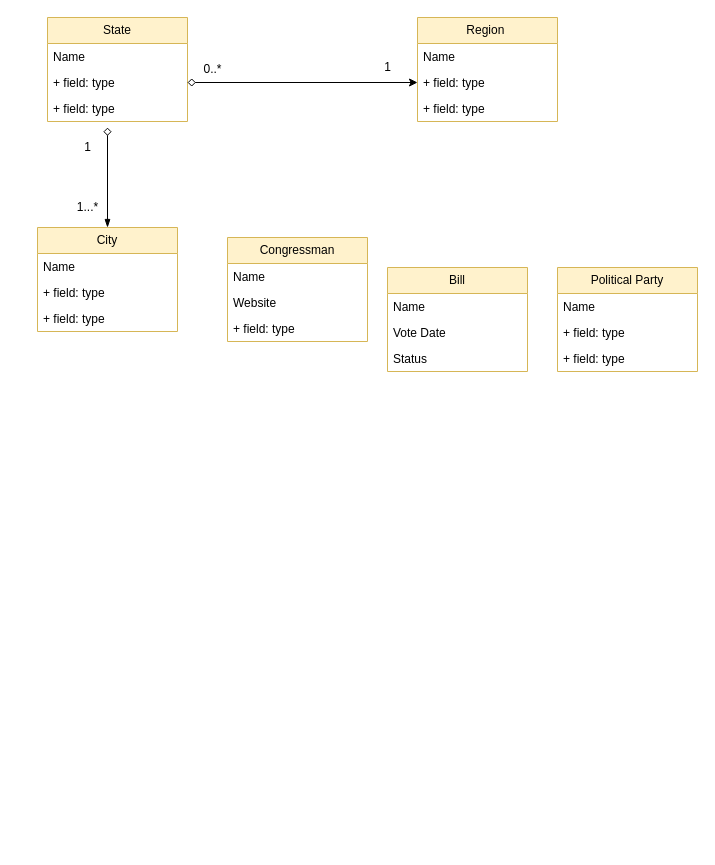
The draw.io diagram Q3A.drawio in Noah-B-Reef/CS-3560-Homework-3, before the edit. Source tidied: cells renumbered, new cells numbered last; positions are measured from the earlier drawing's top-left corner, leaving out a move shared by most shapes. Both pictures are drawn from the tidied source at 100%, with x=0, y=0 at pixel (37, 17).
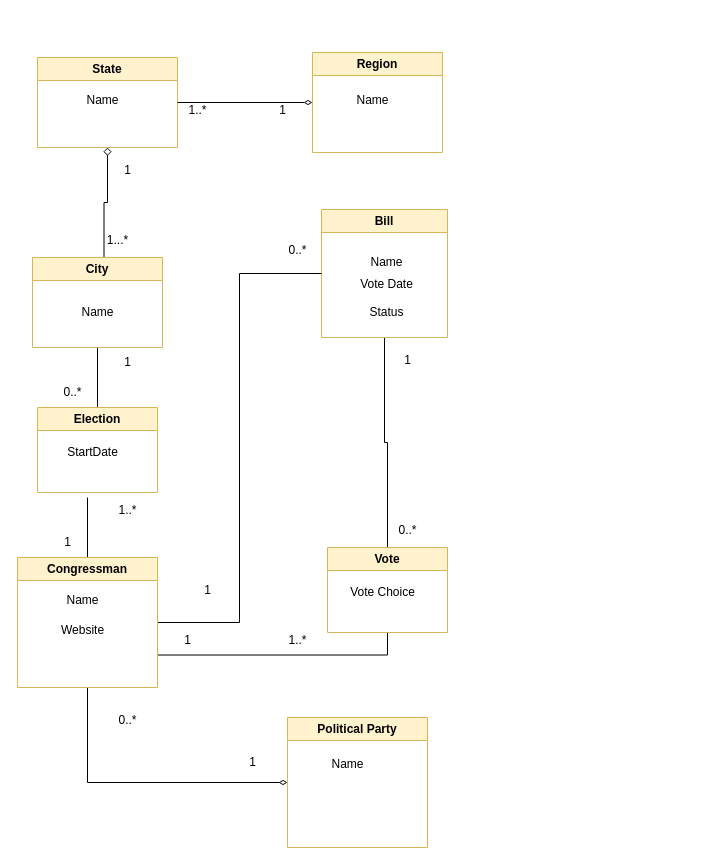
The same page after the edit.

Diff of the diagram source:
```diff
@@
+    <mxCell id="32" style="edgeStyle=orthogonalEdgeStyle;rounded=0;jettySize=auto;html=1;entryX=0.55;entryY=0;entryDx=0;entryDy=0;entryPerimeter=0;endArrow=none;endFill=0;startArrow=diamond;startFill=0;exitX=0.5;exitY=1;exitDx=0;exitDy=0;" parent="1" edge="1" source="2" target="23">
+      <mxGeometry relative="1" as="geometry" />
+    </mxCell>
-    <mxCell id="2" value="State" style="swimlane;fontStyle=0;horizontal=1;startSize=26;fillColor=#fff2cc;whiteSpace=wrap;html=1;strokeColor=#d6b656;" parent="1" vertex="1">
-      <mxGeometry x="10" width="140" height="104" as="geometry" />
+    <mxCell id="2" value="State" style="swimlane;whiteSpace=wrap;html=1;fillColor=#fff2cc;strokeColor=#d6b656;" parent="1" vertex="1">
+      <mxGeometry y="40" width="140" height="90" as="geometry" />
     </mxCell>
-    <mxCell id="3" value="Name" style="text;strokeColor=none;fillColor=none;align=left;verticalAlign=top;spacingLeft=4;spacingRight=4;overflow=hidden;whiteSpace=wrap;html=1;" parent="2" vertex="1">
-      <mxGeometry y="26" width="140" height="26" as="geometry" />
-    </mxCell>
-    <mxCell id="4" value="+ field: type" style="text;strokeColor=none;fillColor=none;align=left;verticalAlign=top;spacingLeft=4;spacingRight=4;overflow=hidden;points=[[0,0.5],[1,0.5]];portConstraint=eastwest;whiteSpace=wrap;html=1;" parent="2" vertex="1">
-      <mxGeometry y="52" width="140" height="26" as="geometry" />
-    </mxCell>
-    <mxCell id="5" value="+ field: type" style="text;strokeColor=none;fillColor=none;align=left;verticalAlign=top;spacingLeft=4;spacingRight=4;overflow=hidden;whiteSpace=wrap;html=1;" parent="2" vertex="1">
-      <mxGeometry y="78" width="140" height="26" as="geometry" />
-    </mxCell>
+    <mxCell id="33" value="Name" style="text;html=1;align=center;verticalAlign=middle;strokeColor=none;fillColor=none;" parent="2" vertex="1">
+      <mxGeometry x="35" y="28" width="60" height="30" as="geometry" />
+    </mxCell>
+    <mxCell id="34" style="edgeStyle=orthogonalEdgeStyle;rounded=0;jettySize=auto;html=1;exitX=0;exitY=0.5;exitDx=0;exitDy=0;entryX=1;entryY=0.5;entryDx=0;entryDy=0;endArrow=none;endFill=0;startArrow=diamondThin;startFill=0;" parent="1" edge="1" source="6" target="2">
+      <mxGeometry relative="1" as="geometry" />
+    </mxCell>
-    <mxCell id="6" value="Region&amp;nbsp;" style="swimlane;fontStyle=0;horizontal=1;startSize=26;fillColor=#fff2cc;whiteSpace=wrap;html=1;strokeColor=#d6b656;" parent="1" vertex="1">
-      <mxGeometry x="380" width="140" height="104" as="geometry" />
+    <mxCell id="6" value="Region" style="swimlane;whiteSpace=wrap;html=1;fillColor=#fff2cc;strokeColor=#d6b656;" parent="1" vertex="1">
+      <mxGeometry x="275" y="35" width="130" height="100" as="geometry" />
     </mxCell>
-    <mxCell id="7" value="Name" style="text;strokeColor=none;fillColor=none;align=left;verticalAlign=top;spacingLeft=4;spacingRight=4;overflow=hidden;whiteSpace=wrap;html=1;" parent="6" vertex="1">
-      <mxGeometry y="26" width="140" height="26" as="geometry" />
-    </mxCell>
-    <mxCell id="8" value="+ field: type" style="text;strokeColor=none;fillColor=none;align=left;verticalAlign=top;spacingLeft=4;spacingRight=4;overflow=hidden;points=[[0,0.5],[1,0.5]];portConstraint=eastwest;whiteSpace=wrap;html=1;" parent="6" vertex="1">
-      <mxGeometry y="52" width="140" height="26" as="geometry" />
-    </mxCell>
-    <mxCell id="9" value="+ field: type" style="text;strokeColor=none;fillColor=none;align=left;verticalAlign=top;spacingLeft=4;spacingRight=4;overflow=hidden;whiteSpace=wrap;html=1;" parent="6" vertex="1">
-      <mxGeometry y="78" width="140" height="26" as="geometry" />
-    </mxCell>
-    <mxCell id="10" value="Political Party" style="swimlane;fontStyle=0;horizontal=1;startSize=26;fillColor=#fff2cc;whiteSpace=wrap;html=1;strokeColor=#d6b656;" parent="1" vertex="1">
-      <mxGeometry x="520" y="250" width="140" height="104" as="geometry" />
-    </mxCell>
-    <mxCell id="11" value="Name" style="text;strokeColor=none;fillColor=none;align=left;verticalAlign=top;spacingLeft=4;spacingRight=4;overflow=hidden;whiteSpace=wrap;html=1;" parent="10" vertex="1">
-      <mxGeometry y="26" width="140" height="26" as="geometry" />
-    </mxCell>
-    <mxCell id="12" value="+ field: type" style="text;strokeColor=none;fillColor=none;align=left;verticalAlign=top;spacingLeft=4;spacingRight=4;overflow=hidden;whiteSpace=wrap;html=1;" parent="10" vertex="1">
-      <mxGeometry y="52" width="140" height="26" as="geometry" />
-    </mxCell>
-    <mxCell id="13" value="+ field: type" style="text;strokeColor=none;fillColor=none;align=left;verticalAlign=top;spacingLeft=4;spacingRight=4;overflow=hidden;whiteSpace=wrap;html=1;" parent="10" vertex="1">
-      <mxGeometry y="78" width="140" height="26" as="geometry" />
-    </mxCell>
+    <mxCell id="35" value="Name" style="text;html=1;align=center;verticalAlign=middle;strokeColor=none;fillColor=none;" parent="6" vertex="1">
+      <mxGeometry x="30" y="33" width="60" height="30" as="geometry" />
+    </mxCell>
+    <mxCell id="36" style="edgeStyle=orthogonalEdgeStyle;rounded=0;jettySize=auto;html=1;exitX=0.5;exitY=1;exitDx=0;exitDy=0;entryX=0.5;entryY=0;entryDx=0;entryDy=0;endArrow=none;endFill=0;" parent="1" edge="1" source="23" target="45">
+      <mxGeometry relative="1" as="geometry" />
+    </mxCell>
+    <mxCell id="23" value="City" style="swimlane;whiteSpace=wrap;html=1;fillColor=#fff2cc;strokeColor=#d6b656;startSize=23;" parent="1" vertex="1">
+      <mxGeometry x="-5" y="240" width="130" height="90" as="geometry" />
+    </mxCell>
+    <mxCell id="37" value="Name" style="text;html=1;align=center;verticalAlign=middle;strokeColor=none;fillColor=none;" parent="23" vertex="1">
+      <mxGeometry x="35" y="40" width="60" height="30" as="geometry" />
+    </mxCell>
+    <mxCell id="38" style="edgeStyle=orthogonalEdgeStyle;rounded=0;jettySize=auto;html=1;exitX=0.5;exitY=1;exitDx=0;exitDy=0;entryX=0.5;entryY=0;entryDx=0;entryDy=0;endArrow=none;endFill=0;" parent="1" edge="1" source="14" target="57">
+      <mxGeometry relative="1" as="geometry" />
+    </mxCell>
-    <mxCell id="14" value="Bill" style="swimlane;fontStyle=0;horizontal=1;startSize=26;fillColor=#fff2cc;whiteSpace=wrap;html=1;strokeColor=#d6b656;" parent="1" vertex="1">
-      <mxGeometry x="350" y="250" width="140" height="104" as="geometry" />
+    <mxCell id="14" value="Bill" style="swimlane;whiteSpace=wrap;html=1;fillColor=#fff2cc;strokeColor=#d6b656;startSize=23;" parent="1" vertex="1">
+      <mxGeometry x="284" y="192" width="126" height="128" as="geometry" />
     </mxCell>
-    <mxCell id="15" value="Name" style="text;strokeColor=none;fillColor=none;align=left;verticalAlign=top;spacingLeft=4;spacingRight=4;overflow=hidden;whiteSpace=wrap;html=1;" parent="14" vertex="1">
-      <mxGeometry y="26" width="140" height="26" as="geometry" />
-    </mxCell>
+    <mxCell id="39" value="Name" style="text;html=1;align=center;verticalAlign=middle;strokeColor=none;fillColor=none;" parent="14" vertex="1">
+      <mxGeometry x="35" y="38" width="60" height="30" as="geometry" />
+    </mxCell>
-    <mxCell id="16" value="Vote Date" style="text;strokeColor=none;fillColor=none;align=left;verticalAlign=top;spacingLeft=4;spacingRight=4;overflow=hidden;whiteSpace=wrap;html=1;" parent="14" vertex="1">
-      <mxGeometry y="52" width="140" height="26" as="geometry" />
+    <mxCell id="16" value="Vote Date" style="text;html=1;align=center;verticalAlign=middle;strokeColor=none;fillColor=none;" parent="14" vertex="1">
+      <mxGeometry x="25" y="60" width="80" height="30" as="geometry" />
     </mxCell>
-    <mxCell id="17" value="Status" style="text;strokeColor=none;fillColor=none;align=left;verticalAlign=top;spacingLeft=4;spacingRight=4;overflow=hidden;whiteSpace=wrap;html=1;" parent="14" vertex="1">
-      <mxGeometry y="78" width="140" height="26" as="geometry" />
+    <mxCell id="17" value="Status" style="text;html=1;align=center;verticalAlign=middle;strokeColor=none;fillColor=none;" parent="14" vertex="1">
+      <mxGeometry x="35" y="88" width="60" height="30" as="geometry" />
     </mxCell>
+    <mxCell id="40" style="edgeStyle=orthogonalEdgeStyle;rounded=0;jettySize=auto;html=1;exitX=0;exitY=0.5;exitDx=0;exitDy=0;entryX=0.5;entryY=1;entryDx=0;entryDy=0;endArrow=none;endFill=0;startArrow=diamondThin;startFill=0;" parent="1" edge="1" source="10" target="18">
+      <mxGeometry relative="1" as="geometry" />
+    </mxCell>
+    <mxCell id="10" value="Political Party" style="swimlane;whiteSpace=wrap;html=1;fillColor=#fff2cc;strokeColor=#d6b656;startSize=23;" parent="1" vertex="1">
+      <mxGeometry x="250" y="700" width="140" height="130" as="geometry" />
+    </mxCell>
+    <mxCell id="41" value="Name" style="text;html=1;align=center;verticalAlign=middle;strokeColor=none;fillColor=none;" parent="10" vertex="1">
+      <mxGeometry x="30" y="32" width="60" height="30" as="geometry" />
+    </mxCell>
+    <mxCell id="42" value="1..*" style="text;html=1;align=center;verticalAlign=middle;strokeColor=none;fillColor=none;" parent="1" vertex="1">
+      <mxGeometry x="140" y="78" width="40" height="30" as="geometry" />
+    </mxCell>
+    <mxCell id="43" value="1" style="text;html=1;align=center;verticalAlign=middle;strokeColor=none;fillColor=none;" parent="1" vertex="1">
+      <mxGeometry x="230" y="78" width="30" height="30" as="geometry" />
+    </mxCell>
+    <mxCell id="44" value="1" style="text;html=1;align=center;verticalAlign=middle;strokeColor=none;fillColor=none;" parent="1" vertex="1">
+      <mxGeometry x="75" y="138" width="30" height="30" as="geometry" />
+    </mxCell>
+    <mxCell id="28" value="1...*" style="text;html=1;align=center;verticalAlign=middle;strokeColor=none;fillColor=none;" parent="1" vertex="1">
+      <mxGeometry x="60" y="208" width="40" height="30" as="geometry" />
+    </mxCell>
+    <mxCell id="45" value="Election" style="swimlane;whiteSpace=wrap;html=1;fillColor=#fff2cc;strokeColor=#d6b656;" parent="1" vertex="1">
+      <mxGeometry y="390" width="120" height="85" as="geometry" />
+    </mxCell>
+    <mxCell id="46" value="StartDate" style="text;html=1;align=center;verticalAlign=middle;strokeColor=none;fillColor=none;" parent="45" vertex="1">
+      <mxGeometry x="20" y="30" width="70" height="30" as="geometry" />
+    </mxCell>
+    <mxCell id="47" style="edgeStyle=orthogonalEdgeStyle;rounded=0;jettySize=auto;html=1;exitX=0.5;exitY=0;exitDx=0;exitDy=0;endArrow=none;endFill=0;startArrow=none;startFill=0;" parent="1" edge="1" source="18">
+      <mxGeometry relative="1" as="geometry">
+        <mxPoint x="50" y="480" as="targetPoint" />
+      </mxGeometry>
+    </mxCell>
+    <mxCell id="48" style="edgeStyle=orthogonalEdgeStyle;rounded=0;jettySize=auto;html=1;exitX=1;exitY=0.5;exitDx=0;exitDy=0;entryX=0;entryY=0.5;entryDx=0;entryDy=0;endArrow=none;endFill=0;" parent="1" edge="1" source="18" target="14">
+      <mxGeometry relative="1" as="geometry" />
+    </mxCell>
+    <mxCell id="49" style="edgeStyle=orthogonalEdgeStyle;rounded=0;jettySize=auto;html=1;exitX=1;exitY=0.75;exitDx=0;exitDy=0;entryX=0.5;entryY=1;entryDx=0;entryDy=0;endArrow=none;endFill=0;" parent="1" edge="1" source="18" target="57">
+      <mxGeometry relative="1" as="geometry" />
+    </mxCell>
-    <mxCell id="18" value="Congressman" style="swimlane;fontStyle=0;horizontal=1;startSize=26;fillColor=#fff2cc;whiteSpace=wrap;html=1;strokeColor=#d6b656;" parent="1" vertex="1">
-      <mxGeometry x="190" y="220" width="140" height="104" as="geometry" />
+    <mxCell id="18" value="Congressman" style="swimlane;whiteSpace=wrap;html=1;fillColor=#fff2cc;strokeColor=#d6b656;startSize=23;" parent="1" vertex="1">
+      <mxGeometry x="-20" y="540" width="140" height="130" as="geometry" />
     </mxCell>
-    <mxCell id="19" value="Name" style="text;strokeColor=none;fillColor=none;align=left;verticalAlign=top;spacingLeft=4;spacingRight=4;overflow=hidden;whiteSpace=wrap;html=1;" parent="18" vertex="1">
-      <mxGeometry y="26" width="140" height="26" as="geometry" />
-    </mxCell>
-    <mxCell id="20" value="Website" style="text;strokeColor=none;fillColor=none;align=left;verticalAlign=top;spacingLeft=4;spacingRight=4;overflow=hidden;whiteSpace=wrap;html=1;" parent="18" vertex="1">
-      <mxGeometry y="52" width="140" height="26" as="geometry" />
+    <mxCell id="20" value="Website" style="text;html=1;align=center;verticalAlign=middle;strokeColor=none;fillColor=none;" parent="18" vertex="1">
+      <mxGeometry x="30" y="58" width="70" height="30" as="geometry" />
     </mxCell>
-    <mxCell id="21" value="+ field: type" style="text;strokeColor=none;fillColor=none;align=left;verticalAlign=top;spacingLeft=4;spacingRight=4;overflow=hidden;whiteSpace=wrap;html=1;" parent="18" vertex="1">
-      <mxGeometry y="78" width="140" height="26" as="geometry" />
-    </mxCell>
-    <mxCell id="22" style="edgeStyle=orthogonalEdgeStyle;rounded=0;jettySize=auto;html=1;exitX=0.5;exitY=0;exitDx=0;exitDy=0;startArrow=blockThin;startFill=1;endArrow=diamond;endFill=0;" parent="1" edge="1" source="23">
-      <mxGeometry relative="1" as="geometry">
-        <mxPoint x="70" y="110" as="targetPoint" />
-      </mxGeometry>
-    </mxCell>
-    <mxCell id="23" value="City" style="swimlane;fontStyle=0;horizontal=1;startSize=26;fillColor=#fff2cc;whiteSpace=wrap;html=1;strokeColor=#d6b656;" parent="1" vertex="1">
-      <mxGeometry y="210" width="140" height="104" as="geometry" />
-    </mxCell>
-    <mxCell id="24" value="Name" style="text;strokeColor=none;fillColor=none;align=left;verticalAlign=top;spacingLeft=4;spacingRight=4;overflow=hidden;whiteSpace=wrap;html=1;" parent="23" vertex="1">
-      <mxGeometry y="26" width="140" height="26" as="geometry" />
-    </mxCell>
-    <mxCell id="25" value="+ field: type" style="text;strokeColor=none;fillColor=none;align=left;verticalAlign=top;spacingLeft=4;spacingRight=4;overflow=hidden;whiteSpace=wrap;html=1;" parent="23" vertex="1">
-      <mxGeometry y="52" width="140" height="26" as="geometry" />
-    </mxCell>
-    <mxCell id="26" value="+ field: type" style="text;strokeColor=none;fillColor=none;align=left;verticalAlign=top;spacingLeft=4;spacingRight=4;overflow=hidden;whiteSpace=wrap;html=1;" parent="23" vertex="1">
-      <mxGeometry y="78" width="140" height="26" as="geometry" />
-    </mxCell>
-    <mxCell id="27" value="1" style="text;html=1;align=center;verticalAlign=middle;strokeColor=none;fillColor=none;" parent="1" vertex="1">
-      <mxGeometry x="35" y="115" width="30" height="30" as="geometry" />
-    </mxCell>
-    <mxCell id="28" value="1...*" style="text;html=1;align=center;verticalAlign=middle;strokeColor=none;fillColor=none;" parent="1" vertex="1">
-      <mxGeometry x="30" y="175" width="40" height="30" as="geometry" />
-    </mxCell>
-    <mxCell id="29" style="edgeStyle=orthogonalEdgeStyle;rounded=0;jettySize=auto;html=1;exitX=1;exitY=0.5;exitDx=0;exitDy=0;entryX=0;entryY=0.5;entryDx=0;entryDy=0;startArrow=diamond;startFill=0;" parent="1" edge="1" source="4" target="8">
-      <mxGeometry relative="1" as="geometry" />
-    </mxCell>
-    <mxCell id="30" value="0..*" style="text;html=1;align=center;verticalAlign=middle;strokeColor=none;fillColor=none;" parent="1" vertex="1">
-      <mxGeometry x="155" y="37" width="40" height="30" as="geometry" />
-    </mxCell>
-    <mxCell id="31" value="1" style="text;html=1;align=center;verticalAlign=middle;strokeColor=none;fillColor=none;" parent="1" vertex="1">
-      <mxGeometry x="335" y="35" width="30" height="30" as="geometry" />
-    </mxCell>
+    <mxCell id="50" value="Name" style="text;html=1;align=center;verticalAlign=middle;strokeColor=none;fillColor=none;" parent="18" vertex="1">
+      <mxGeometry x="35" y="28" width="60" height="30" as="geometry" />
+    </mxCell>
+    <mxCell id="51" value="0..*" style="text;html=1;align=center;verticalAlign=middle;strokeColor=none;fillColor=none;" parent="1" vertex="1">
+      <mxGeometry x="15" y="360" width="40" height="30" as="geometry" />
+    </mxCell>
+    <mxCell id="52" value="1" style="text;html=1;align=center;verticalAlign=middle;strokeColor=none;fillColor=none;" parent="1" vertex="1">
+      <mxGeometry x="75" y="330" width="30" height="30" as="geometry" />
+    </mxCell>
+    <mxCell id="53" value="1..*" style="text;html=1;align=center;verticalAlign=middle;strokeColor=none;fillColor=none;" parent="1" vertex="1">
+      <mxGeometry x="70" y="478" width="40" height="30" as="geometry" />
+    </mxCell>
+    <mxCell id="54" value="1" style="text;html=1;align=center;verticalAlign=middle;strokeColor=none;fillColor=none;" parent="1" vertex="1">
+      <mxGeometry x="15" y="510" width="30" height="30" as="geometry" />
+    </mxCell>
+    <mxCell id="55" value="0..*" style="text;html=1;align=center;verticalAlign=middle;strokeColor=none;fillColor=none;" parent="1" vertex="1">
+      <mxGeometry x="70" y="688" width="40" height="30" as="geometry" />
+    </mxCell>
+    <mxCell id="56" value="1" style="text;html=1;align=center;verticalAlign=middle;strokeColor=none;fillColor=none;" parent="1" vertex="1">
+      <mxGeometry x="200" y="730" width="30" height="30" as="geometry" />
+    </mxCell>
+    <mxCell id="57" value="Vote" style="swimlane;whiteSpace=wrap;html=1;fillColor=#fff2cc;strokeColor=#d6b656;" parent="1" vertex="1">
+      <mxGeometry x="290" y="530" width="120" height="85" as="geometry" />
+    </mxCell>
+    <mxCell id="58" value="Vote Choice" style="text;html=1;align=center;verticalAlign=middle;strokeColor=none;fillColor=none;" parent="57" vertex="1">
+      <mxGeometry x="10" y="30" width="90" height="30" as="geometry" />
+    </mxCell>
+    <mxCell id="59" value="1" style="text;html=1;align=center;verticalAlign=middle;strokeColor=none;fillColor=none;" parent="1" vertex="1">
+      <mxGeometry x="155" y="558" width="30" height="30" as="geometry" />
+    </mxCell>
+    <mxCell id="60" value="0..*" style="text;html=1;align=center;verticalAlign=middle;strokeColor=none;fillColor=none;" parent="1" vertex="1">
+      <mxGeometry x="240" y="218" width="40" height="30" as="geometry" />
+    </mxCell>
+    <mxCell id="61" value="1" style="text;html=1;align=center;verticalAlign=middle;strokeColor=none;fillColor=none;" parent="1" vertex="1">
+      <mxGeometry x="355" y="328" width="30" height="30" as="geometry" />
+    </mxCell>
+    <mxCell id="62" value="0..*" style="text;html=1;align=center;verticalAlign=middle;strokeColor=none;fillColor=none;" parent="1" vertex="1">
+      <mxGeometry x="350" y="498" width="40" height="30" as="geometry" />
+    </mxCell>
+    <mxCell id="63" value="1..*" style="text;html=1;align=center;verticalAlign=middle;strokeColor=none;fillColor=none;" parent="1" vertex="1">
+      <mxGeometry x="240" y="608" width="40" height="30" as="geometry" />
+    </mxCell>
+    <mxCell id="64" value="1" style="text;html=1;align=center;verticalAlign=middle;strokeColor=none;fillColor=none;" parent="1" vertex="1">
+      <mxGeometry x="135" y="608" width="30" height="30" as="geometry" />
+    </mxCell>
```
